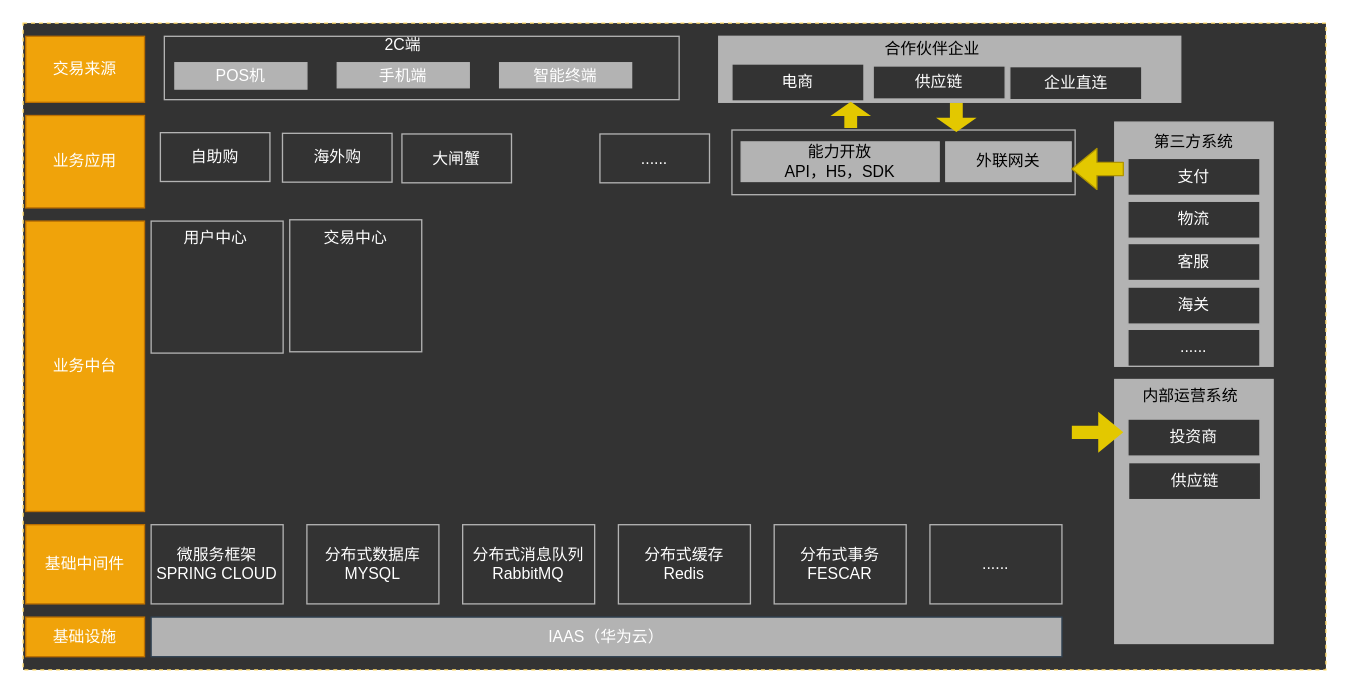
The draw.io diagram page "business-c" (4 of 5) of cgc/cgc-framework.drawio in kinvensan/drawio, before the edit. Source tidied: cells renumbered, new cells numbered last; positions are measured from the earlier drawing's top-left corner, leaving out a move shared by most shapes. Both pictures are drawn from the tidied source at 132%, with x=0, y=0 at pixel (22, 22).
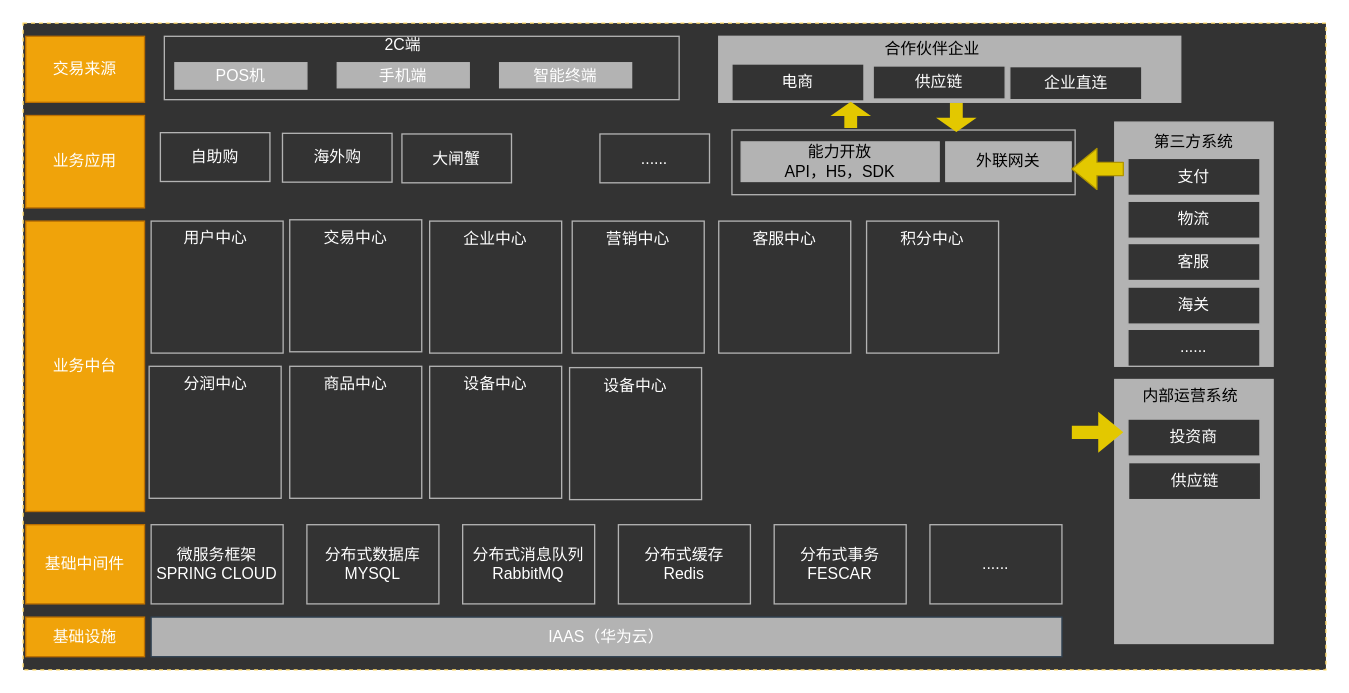
The same diagram, later.

What changed in the source:
```diff
@@
+    <mxCell id="51" style="rounded=0;whiteSpace=wrap;html=1;fillColor=#333333;strokeColor=#B3B3B3;fontColor=#ffffff;" parent="1" vertex="1">
+      <mxGeometry x="308" y="150" width="100" height="100" as="geometry" />
+    </mxCell>
+    <mxCell id="52" value="企业中心" style="text;html=1;strokeColor=none;fillColor=none;align=center;verticalAlign=middle;whiteSpace=wrap;rounded=0;fontColor=#FFFFFF;" parent="1" vertex="1">
+      <mxGeometry x="328" y="154" width="60" height="20" as="geometry" />
+    </mxCell>
+    <mxCell id="53" style="rounded=0;whiteSpace=wrap;html=1;fillColor=#333333;strokeColor=#B3B3B3;fontColor=#ffffff;" parent="1" vertex="1">
+      <mxGeometry x="416" y="150" width="100" height="100" as="geometry" />
+    </mxCell>
+    <mxCell id="54" value="营销中心" style="text;html=1;strokeColor=none;fillColor=none;align=center;verticalAlign=middle;whiteSpace=wrap;rounded=0;fontColor=#FFFFFF;" parent="1" vertex="1">
+      <mxGeometry x="436" y="154" width="60" height="20" as="geometry" />
+    </mxCell>
+    <mxCell id="55" style="rounded=0;whiteSpace=wrap;html=1;fillColor=#333333;strokeColor=#B3B3B3;fontColor=#ffffff;" parent="1" vertex="1">
+      <mxGeometry x="527" y="150" width="100" height="100" as="geometry" />
+    </mxCell>
+    <mxCell id="56" value="客服中心" style="text;html=1;strokeColor=none;fillColor=none;align=center;verticalAlign=middle;whiteSpace=wrap;rounded=0;fontColor=#FFFFFF;" parent="1" vertex="1">
+      <mxGeometry x="547" y="154" width="60" height="20" as="geometry" />
+    </mxCell>
+    <mxCell id="57" style="rounded=0;whiteSpace=wrap;html=1;fillColor=#333333;strokeColor=#B3B3B3;fontColor=#ffffff;" parent="1" vertex="1">
+      <mxGeometry x="639" y="150" width="100" height="100" as="geometry" />
+    </mxCell>
+    <mxCell id="58" value="积分中心" style="text;html=1;strokeColor=none;fillColor=none;align=center;verticalAlign=middle;whiteSpace=wrap;rounded=0;fontColor=#FFFFFF;" parent="1" vertex="1">
+      <mxGeometry x="659" y="154" width="60" height="20" as="geometry" />
+    </mxCell>
+    <mxCell id="59" style="rounded=0;whiteSpace=wrap;html=1;fillColor=#333333;strokeColor=#B3B3B3;fontColor=#ffffff;" parent="1" vertex="1">
+      <mxGeometry x="95.5" y="260" width="100" height="100" as="geometry" />
+    </mxCell>
+    <mxCell id="60" value="分润中心" style="text;html=1;strokeColor=none;fillColor=none;align=center;verticalAlign=middle;whiteSpace=wrap;rounded=0;fontColor=#FFFFFF;" parent="1" vertex="1">
+      <mxGeometry x="115.5" y="264" width="60" height="20" as="geometry" />
+    </mxCell>
+    <mxCell id="61" style="rounded=0;whiteSpace=wrap;html=1;fillColor=#333333;strokeColor=#B3B3B3;fontColor=#ffffff;" parent="1" vertex="1">
+      <mxGeometry x="202" y="260" width="100" height="100" as="geometry" />
+    </mxCell>
+    <mxCell id="62" value="商品中心" style="text;html=1;strokeColor=none;fillColor=none;align=center;verticalAlign=middle;whiteSpace=wrap;rounded=0;fontColor=#FFFFFF;" parent="1" vertex="1">
+      <mxGeometry x="222" y="264" width="60" height="20" as="geometry" />
+    </mxCell>
+    <mxCell id="63" style="rounded=0;whiteSpace=wrap;html=1;fillColor=#333333;strokeColor=#B3B3B3;fontColor=#ffffff;" parent="1" vertex="1">
+      <mxGeometry x="308" y="260" width="100" height="100" as="geometry" />
+    </mxCell>
+    <mxCell id="64" value="设备中心" style="text;html=1;strokeColor=none;fillColor=none;align=center;verticalAlign=middle;whiteSpace=wrap;rounded=0;fontColor=#FFFFFF;" parent="1" vertex="1">
+      <mxGeometry x="328" y="264" width="60" height="20" as="geometry" />
+    </mxCell>
+    <mxCell id="65" style="rounded=0;whiteSpace=wrap;html=1;fillColor=#333333;strokeColor=#B3B3B3;fontColor=#ffffff;" parent="1" vertex="1">
+      <mxGeometry x="414" y="261" width="100" height="100" as="geometry" />
+    </mxCell>
+    <mxCell id="66" value="设备中心" style="text;html=1;strokeColor=none;fillColor=none;align=center;verticalAlign=middle;whiteSpace=wrap;rounded=0;fontColor=#FFFFFF;" parent="1" vertex="1">
+      <mxGeometry x="434" y="265" width="60" height="20" as="geometry" />
+    </mxCell>
```
